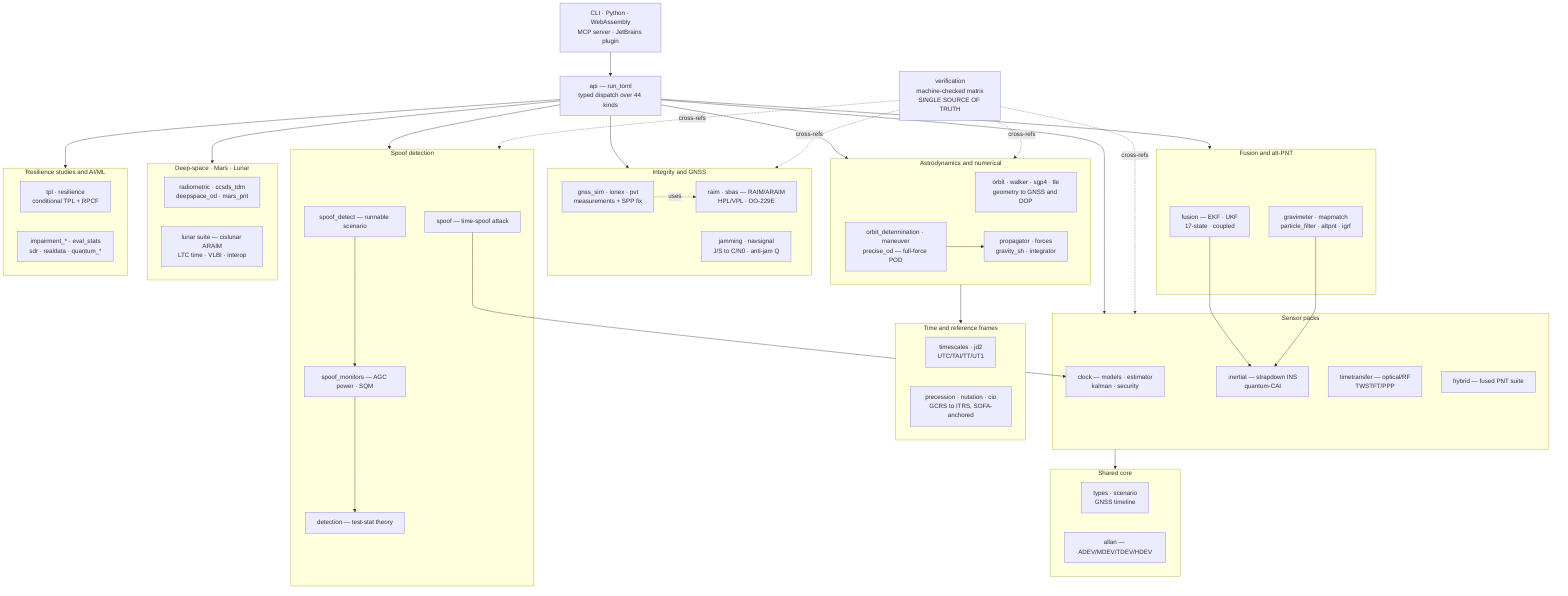
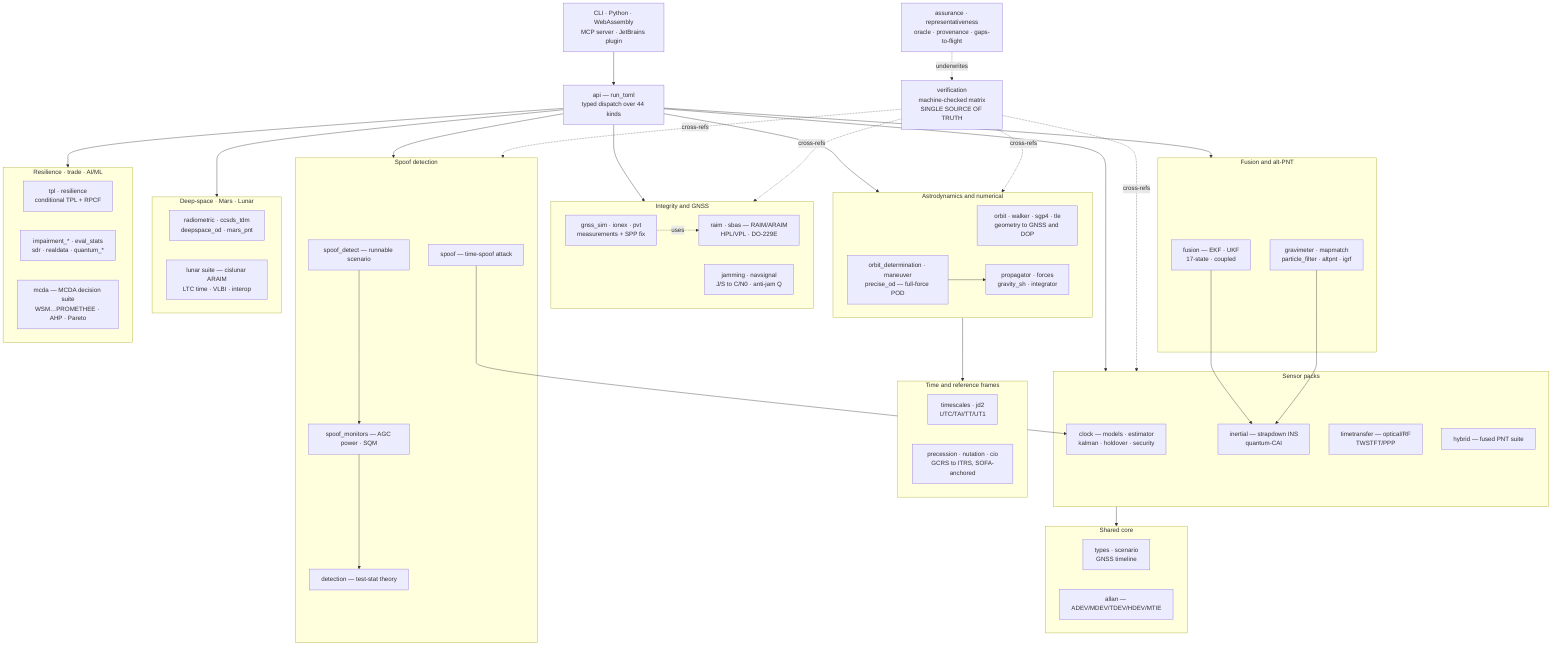
flowchart TD
    cli["CLI · Python · WebAssembly<br/>MCP server · JetBrains plugin"] --> api["api — run_toml<br/>typed dispatch over 44 kinds"]
    subgraph shared["Shared core"]
      types["types · scenario<br/>GNSS timeline"]
-       allan["allan — ADEV/MDEV/TDEV/HDEV"]
+       allan["allan — ADEV/MDEV/TDEV/HDEV/MTIE"]
    end
    subgraph frames["Time and reference frames"]
      ts["timescales · jd2<br/>UTC/TAI/TT/UT1"]
      cio["precession · nutation · cio<br/>GCRS to ITRS, SOFA-anchored"]
    end
    subgraph packs["Sensor packs"]
-       p1["clock — models · estimator<br/>kalman · security"]
+       p1["clock — models · estimator<br/>kalman · holdover · security"]
      p2["inertial — strapdown INS<br/>quantum-CAI"]
      p3["timetransfer — optical/RF<br/>TWSTFT/PPP"]
      p4["hybrid — fused PNT suite"]
    end
    subgraph astro["Astrodynamics and numerical"]
      orbit["orbit · walker · sgp4 · tle<br/>geometry to GNSS and DOP"]
      prop["propagator · forces<br/>gravity_sh · integrator"]
      odm["orbit_determination · maneuver<br/>precise_od — full-force POD"]
    end
    subgraph intg["Integrity and GNSS"]
      raim["raim · sbas — RAIM/ARAIM<br/>HPL/VPL · DO-229E"]
      gsim["gnss_sim · ionex · pvt<br/>measurements + SPP fix"]
      jam["jamming · navsignal<br/>J/S to C/N0 · anti-jam Q"]
    end
    subgraph spf["Spoof detection"]
      spoof["spoof — time-spoof attack"]
      spm["spoof_monitors — AGC power · SQM"]
      det["detection — test-stat theory"]
      spd["spoof_detect — runnable scenario"]
    end
    subgraph fnav["Fusion and alt-PNT"]
      fus["fusion — EKF · UKF<br/>17-state · coupled"]
      alt["gravimeter · mapmatch<br/>particle_filter · altpnt · igrf"]
    end
    subgraph deep["Deep-space · Mars · Lunar"]
      dsr["radiometric · ccsds_tdm<br/>deepspace_od · mars_pnt"]
      lun["lunar suite — cislunar ARAIM<br/>LTC time · VLBI · interop"]
    end
-     subgraph resil["Resilience studies and AI/ML"]
+     subgraph resil["Resilience · trade · AI/ML"]
      tpl["tpl · resilience<br/>conditional TPL + RPCF"]
      opt["impairment_* · eval_stats<br/>sdr · realdata · quantum_*"]
+       mcda["mcda — MCDA decision suite<br/>WSM…PROMETHEE · AHP · Pareto"]
    end
    VER["verification<br/>machine-checked matrix<br/>SINGLE SOURCE OF TRUTH"]
+     ASR["assurance · representativeness<br/>oracle · provenance · gaps-to-flight"]
+     ASR -. underwrites .-> VER
    api --> packs
    api --> astro
    api --> intg
    api --> spf
    api --> fnav
    api --> deep
    api --> resil
    packs --> shared
    astro --> frames
    odm --> prop
    spoof --> p1
    spm --> det
    spd --> spm
    fus --> p2
    alt --> p2
    gsim -. uses .-> raim
    VER -. cross-refs .-> packs
    VER -. cross-refs .-> intg
    VER -. cross-refs .-> spf
    VER -. cross-refs .-> astro
